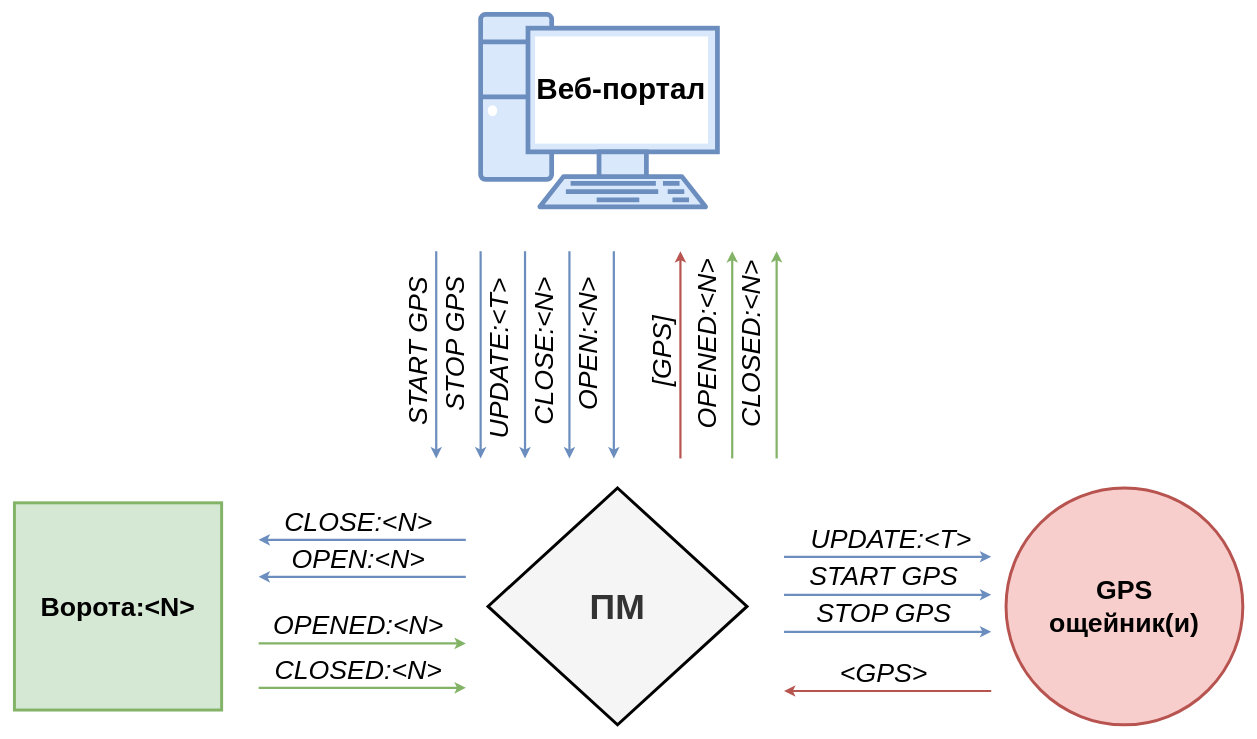
This is diagrams/Data Communication Protocol.drawio from Yerlan999/CowsGPSTracker-KazATU, a draw.io file, before an edit. Source tidied: cells renumbered, new cells numbered last; positions are measured from the earlier drawing's top-left corner, leaving out a move shared by most shapes. Both pictures are drawn from the tidied source at 74%, with x=0, y=0 at pixel (14, 14).
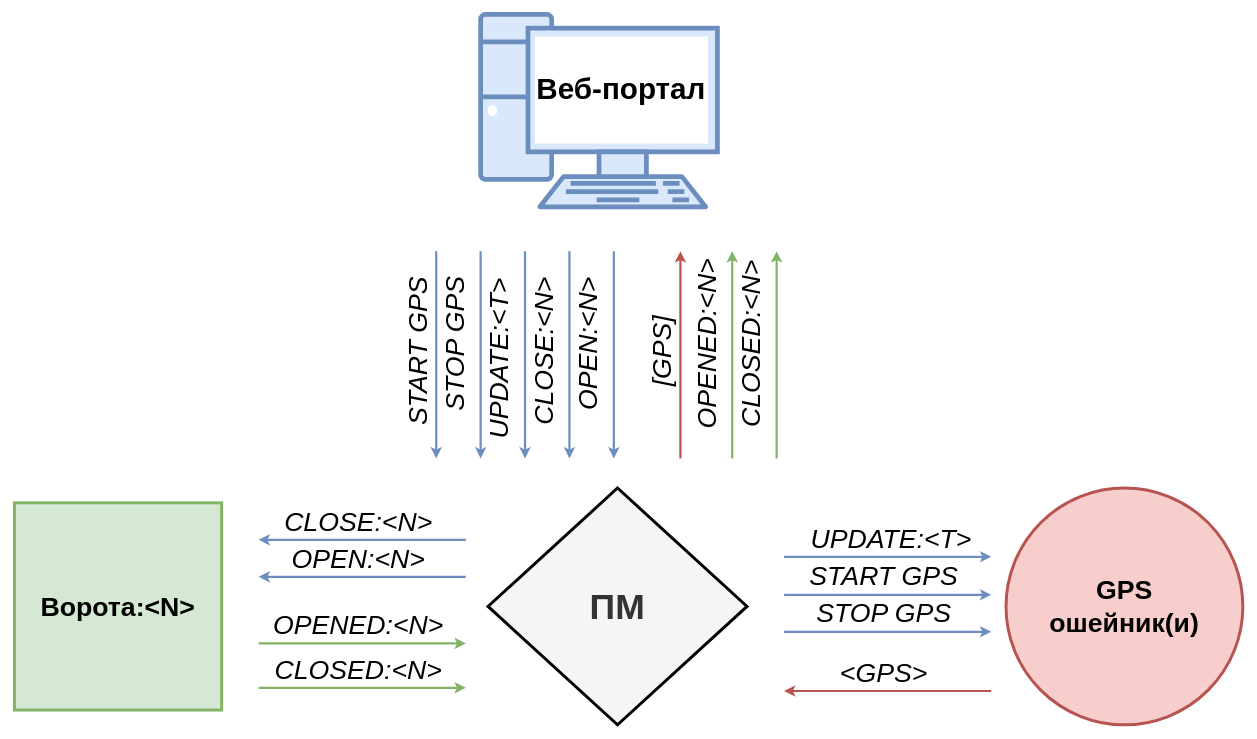
After the change.

What changed in the source:
```diff
@@
-    <mxCell id="5" value="&lt;span style=&quot;font-size: 36px&quot;&gt;&lt;b&gt;GPS&lt;br&gt;ощейник(и)&lt;/b&gt;&lt;br&gt;&lt;/span&gt;" style="ellipse;whiteSpace=wrap;html=1;strokeWidth=4;fillColor=#f8cecc;strokeColor=#b85450;" parent="1" vertex="1">
+    <mxCell id="5" value="&lt;span style=&quot;font-size: 36px&quot;&gt;&lt;b&gt;GPS&lt;br&gt;ошейник(и)&lt;/b&gt;&lt;br&gt;&lt;/span&gt;" style="ellipse;whiteSpace=wrap;html=1;strokeWidth=4;fillColor=#f8cecc;strokeColor=#b85450;" parent="1" vertex="1">
       <mxGeometry x="1340" y="640" width="320" height="320" as="geometry" />
     </mxCell>
```
